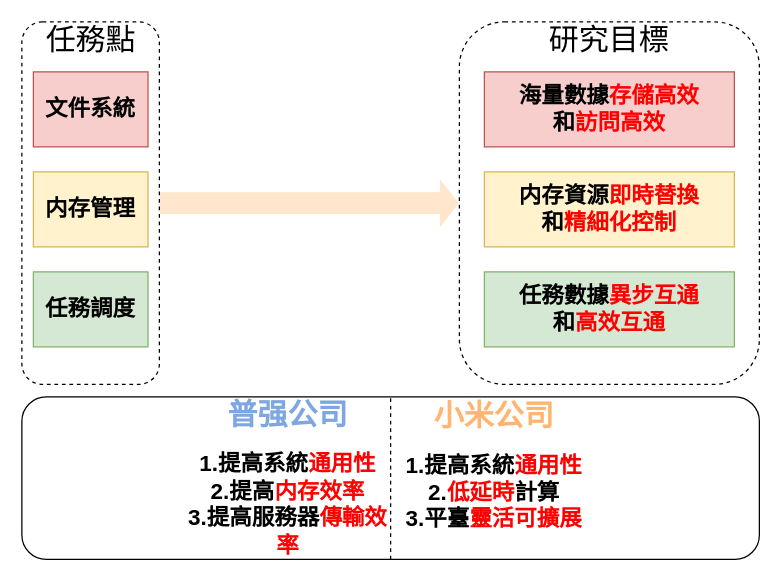
icszhr/aomenNVM keeps this draw.io diagram as 目标.drawio. Above is the earlier version. Source tidied: cells renumbered, new cells numbered last; positions are measured from the earlier drawing's top-left corner, leaving out a move shared by most shapes. Both pictures are drawn from the tidied source at 125%, with x=0, y=0 at pixel (21, 21).
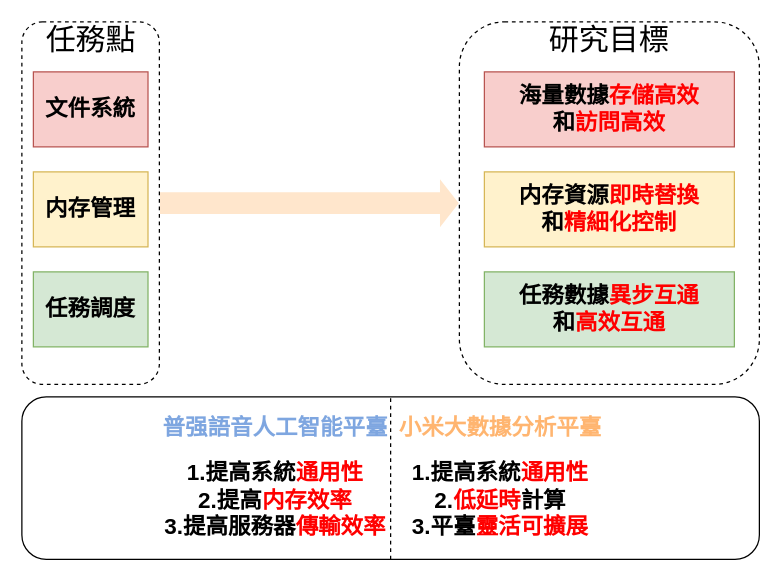
After the change.

The edit, as a diff of the source:
```diff
@@
 <mxGraphModel>
   <root>
     <mxCell id="0" />
     <mxCell id="1" parent="0" />
     <mxCell id="2" style="group;" parent="1" vertex="1">
       <mxGeometry width="110" height="290" as="geometry" />
     </mxCell>
     <mxCell id="3" style="rounded=1;whiteSpace=wrap;html=1;dashed=1;" parent="2" vertex="1">
       <mxGeometry width="110" height="290" as="geometry" />
     </mxCell>
     <mxCell id="4" value="&lt;font style=&quot;font-size: 24px;&quot;&gt;任務點&lt;/font&gt;" style="text;html=1;strokeColor=none;fillColor=none;align=center;verticalAlign=middle;whiteSpace=wrap;rounded=0;" parent="2" vertex="1">
       <mxGeometry x="14.5" width="81" height="30" as="geometry" />
     </mxCell>
     <mxCell id="5" value="&lt;font style=&quot;font-size: 18px;&quot;&gt;&lt;b&gt;文件系統&lt;/b&gt;&lt;/font&gt;" style="rounded=0;whiteSpace=wrap;html=1;fillColor=#f8cecc;strokeColor=#b85450;" parent="2" vertex="1">
       <mxGeometry x="9.2" y="40" width="91.7" height="60" as="geometry" />
     </mxCell>
     <mxCell id="6" value="&lt;span style=&quot;font-size: 18px;&quot;&gt;&lt;b&gt;内存管理&lt;/b&gt;&lt;/span&gt;" style="rounded=0;whiteSpace=wrap;html=1;fillColor=#fff2cc;strokeColor=#d6b656;" parent="2" vertex="1">
       <mxGeometry x="9.2" y="120" width="91.7" height="60" as="geometry" />
     </mxCell>
     <mxCell id="7" value="&lt;font style=&quot;font-size: 18px;&quot;&gt;&lt;b&gt;任務調度&lt;/b&gt;&lt;/font&gt;" style="rounded=0;whiteSpace=wrap;html=1;fillColor=#d5e8d4;strokeColor=#82b366;" parent="2" vertex="1">
       <mxGeometry x="9.2" y="200" width="91.7" height="60" as="geometry" />
     </mxCell>
     <mxCell id="8" style="group;rounded=1;" parent="1" vertex="1">
       <mxGeometry x="350" width="240" height="290" as="geometry" />
     </mxCell>
     <mxCell id="9" style="rounded=1;whiteSpace=wrap;html=1;fillColor=#FFFFFF;dashed=1;" parent="8" vertex="1">
       <mxGeometry width="240" height="290" as="geometry" />
     </mxCell>
     <mxCell id="10" value="&lt;span style=&quot;font-size: 24px;&quot;&gt;研究目標&lt;/span&gt;" style="text;html=1;strokeColor=none;fillColor=none;align=center;verticalAlign=middle;whiteSpace=wrap;rounded=0;" parent="8" vertex="1">
       <mxGeometry x="70" width="100" height="30" as="geometry" />
     </mxCell>
     <mxCell id="11" value="&lt;font style=&quot;font-size: 18px;&quot;&gt;&lt;b style=&quot;border-color: var(--border-color);&quot;&gt;海量數據&lt;/b&gt;&lt;b&gt;&lt;font color=&quot;#ff0000&quot;&gt;存儲高效&lt;/font&gt;&lt;br&gt;和&lt;font color=&quot;#ff0000&quot;&gt;訪問高效&lt;/font&gt;&lt;/b&gt;&lt;/font&gt;" style="rounded=0;whiteSpace=wrap;html=1;fillColor=#f8cecc;strokeColor=#b85450;" parent="8" vertex="1">
       <mxGeometry x="20" y="40" width="200" height="60" as="geometry" />
     </mxCell>
     <mxCell id="12" value="&lt;font style=&quot;font-size: 18px;&quot;&gt;&lt;b style=&quot;border-color: var(--border-color);&quot;&gt;&lt;b style=&quot;border-color: var(--border-color);&quot;&gt;内存資源&lt;/b&gt;&lt;font color=&quot;#ff0000&quot;&gt;即時替換&lt;/font&gt;&lt;br&gt;&lt;/b&gt;&lt;b&gt;和&lt;font color=&quot;#ff0000&quot;&gt;精細化控制&lt;/font&gt;&lt;br&gt;&lt;/b&gt;&lt;/font&gt;" style="rounded=0;whiteSpace=wrap;html=1;fillColor=#fff2cc;strokeColor=#d6b656;" parent="8" vertex="1">
       <mxGeometry x="20" y="120" width="200" height="60" as="geometry" />
     </mxCell>
     <mxCell id="13" value="&lt;font style=&quot;font-size: 18px;&quot;&gt;&lt;b&gt;任務數據&lt;font color=&quot;#ff0000&quot;&gt;異步互通&lt;/font&gt;&lt;br&gt;和&lt;font color=&quot;#ff0000&quot;&gt;高效互通&lt;/font&gt;&lt;/b&gt;&lt;/font&gt;" style="rounded=0;whiteSpace=wrap;html=1;fillColor=#d5e8d4;strokeColor=#82b366;" parent="8" vertex="1">
       <mxGeometry x="20" y="200" width="200" height="60" as="geometry" />
     </mxCell>
     <mxCell id="14" style="shape=flexArrow;endArrow=classic;html=1;rounded=0;width=17.39130434782609;endSize=4.6695652173913045;fillColor=#ffe6cc;strokeColor=none;entryX=0;entryY=0.5;entryDx=0;entryDy=0;" parent="1" edge="1" source="3" target="9">
       <mxGeometry relative="1" as="geometry" />
     </mxCell>
     <mxCell id="15" style="rounded=1;whiteSpace=wrap;html=1;" parent="1" vertex="1">
       <mxGeometry y="300" width="590" height="130" as="geometry" />
     </mxCell>
     <mxCell id="16" style="endArrow=none;html=1;rounded=0;entryX=0.5;entryY=0;entryDx=0;entryDy=0;exitX=0.5;exitY=1;exitDx=0;exitDy=0;dashed=1;" parent="1" edge="1" source="15" target="15">
       <mxGeometry relative="1" as="geometry" />
     </mxCell>
-    <mxCell id="17" value="&lt;font style=&quot;&quot;&gt;&lt;b style=&quot;&quot;&gt;&lt;font style=&quot;font-size: 24px;&quot; color=&quot;#7ea6e0&quot;&gt;普强公司&lt;br&gt;&lt;/font&gt;&lt;/b&gt;&lt;br&gt;&lt;b&gt;&lt;span style=&quot;font-size: 18px;&quot;&gt;1.提高系統&lt;font color=&quot;#ff0000&quot;&gt;通用性&lt;/font&gt;&lt;/span&gt;&lt;br&gt;&lt;span style=&quot;font-size: 18px;&quot;&gt;2.提高&lt;font color=&quot;#ff0000&quot;&gt;内存效率&lt;/font&gt;&lt;/span&gt;&lt;br&gt;&lt;span style=&quot;font-size: 18px;&quot;&gt;3.提高服務器&lt;font color=&quot;#ff0000&quot;&gt;傳輸效率&lt;/font&gt;&lt;/span&gt;&lt;/b&gt;&lt;/font&gt;" style="text;html=1;strokeColor=none;fillColor=none;align=center;verticalAlign=middle;whiteSpace=wrap;rounded=0;" parent="1" vertex="1">
-      <mxGeometry x="130" y="300" width="166" height="130" as="geometry" />
+    <mxCell id="17" value="&lt;font style=&quot;&quot;&gt;&lt;b style=&quot;&quot;&gt;&lt;font style=&quot;font-size: 18px;&quot; color=&quot;#7ea6e0&quot;&gt;普强語音人工智能平臺&lt;br&gt;&lt;/font&gt;&lt;/b&gt;&lt;br&gt;&lt;b&gt;&lt;span style=&quot;font-size: 18px;&quot;&gt;1.提高系統&lt;font color=&quot;#ff0000&quot;&gt;通用性&lt;/font&gt;&lt;/span&gt;&lt;br&gt;&lt;span style=&quot;font-size: 18px;&quot;&gt;2.提高&lt;font color=&quot;#ff0000&quot;&gt;内存效率&lt;/font&gt;&lt;/span&gt;&lt;br&gt;&lt;span style=&quot;font-size: 18px;&quot;&gt;3.提高服務器&lt;font color=&quot;#ff0000&quot;&gt;傳輸效率&lt;/font&gt;&lt;/span&gt;&lt;/b&gt;&lt;/font&gt;" style="text;html=1;strokeColor=none;fillColor=none;align=center;verticalAlign=middle;whiteSpace=wrap;rounded=0;" parent="1" vertex="1">
+      <mxGeometry x="110" y="300" width="186" height="130" as="geometry" />
     </mxCell>
-    <mxCell id="18" value="&lt;font style=&quot;&quot;&gt;&lt;b style=&quot;&quot;&gt;&lt;font style=&quot;font-size: 24px;&quot; color=&quot;#ffb570&quot;&gt;小米公司&lt;br&gt;&lt;/font&gt;&lt;/b&gt;&lt;br&gt;&lt;b&gt;&lt;span style=&quot;font-size: 18px;&quot;&gt;1.提高系統&lt;font color=&quot;#ff0000&quot;&gt;通用性&lt;/font&gt;&lt;/span&gt;&lt;br&gt;&lt;span style=&quot;font-size: 18px;&quot;&gt;2.&lt;font color=&quot;#ff0000&quot;&gt;低延時&lt;/font&gt;計算&lt;/span&gt;&lt;br&gt;&lt;span style=&quot;font-size: 18px;&quot;&gt;3.平臺&lt;font color=&quot;#ff0000&quot;&gt;靈活可擴展&lt;/font&gt;&lt;/span&gt;&lt;/b&gt;&lt;br&gt;&lt;font size=&quot;3&quot;&gt;&amp;nbsp;&lt;/font&gt;&lt;br&gt;&lt;/font&gt;" style="text;html=1;strokeColor=none;fillColor=none;align=center;verticalAlign=middle;whiteSpace=wrap;rounded=0;" parent="1" vertex="1">
-      <mxGeometry x="296" y="300" width="164" height="130" as="geometry" />
+    <mxCell id="18" value="&lt;font style=&quot;&quot;&gt;&lt;b style=&quot;&quot;&gt;&lt;font style=&quot;&quot; color=&quot;#ffb570&quot;&gt;&lt;font style=&quot;font-size: 18px;&quot;&gt;小米大數據分析平臺&lt;/font&gt;&lt;br&gt;&lt;/font&gt;&lt;/b&gt;&lt;br&gt;&lt;b&gt;&lt;span style=&quot;font-size: 18px;&quot;&gt;1.提高系統&lt;font color=&quot;#ff0000&quot;&gt;通用性&lt;/font&gt;&lt;/span&gt;&lt;br&gt;&lt;span style=&quot;font-size: 18px;&quot;&gt;2.&lt;font color=&quot;#ff0000&quot;&gt;低延時&lt;/font&gt;計算&lt;/span&gt;&lt;br&gt;&lt;span style=&quot;font-size: 18px;&quot;&gt;3.平臺&lt;font color=&quot;#ff0000&quot;&gt;靈活可擴展&lt;/font&gt;&lt;/span&gt;&lt;/b&gt;&lt;br&gt;&lt;/font&gt;" style="text;html=1;strokeColor=none;fillColor=none;align=center;verticalAlign=middle;whiteSpace=wrap;rounded=0;" parent="1" vertex="1">
+      <mxGeometry x="296" y="300" width="174" height="130" as="geometry" />
     </mxCell>
   </root>
 </mxGraphModel>
```
